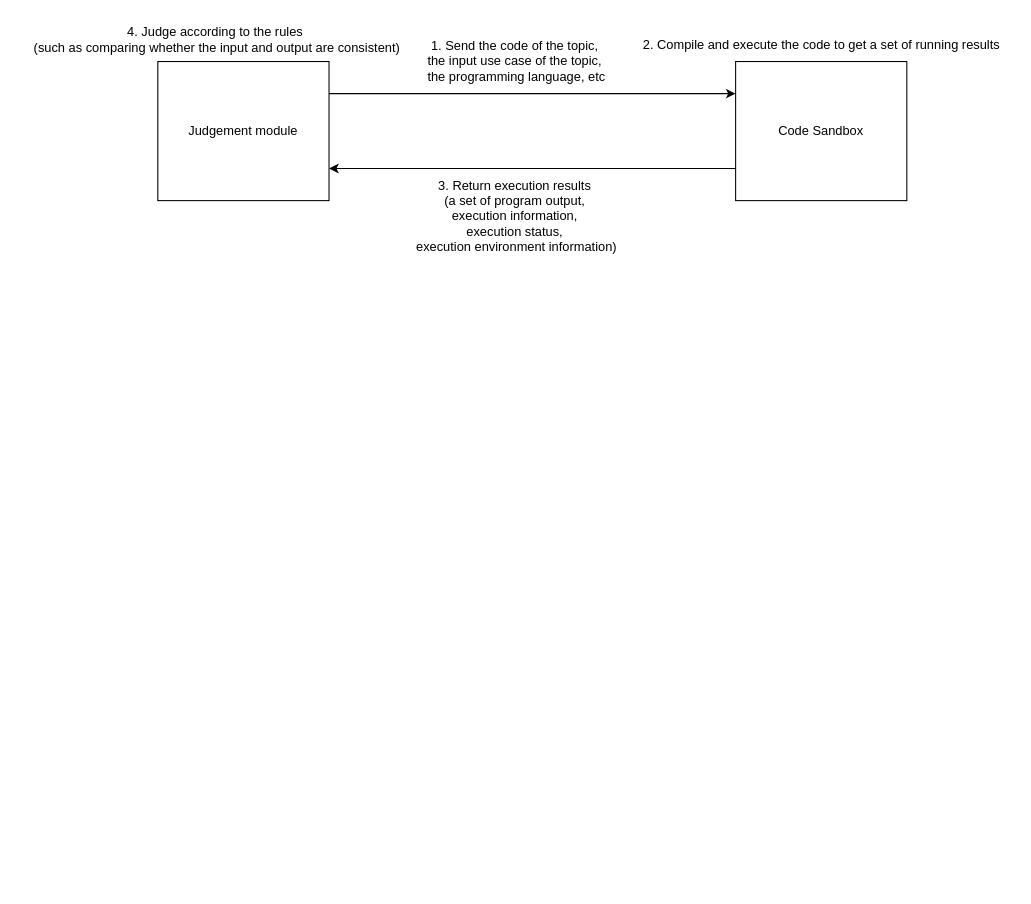
Above: abc.drawio in paasche0906/draw.io (draw.io), before the change. Source tidied: cells renumbered, new cells numbered last; positions are measured from the earlier drawing's top-left corner, leaving out a move shared by most shapes. Both pictures are drawn from the tidied source at 107%, with x=0, y=0 at pixel (18, 18).
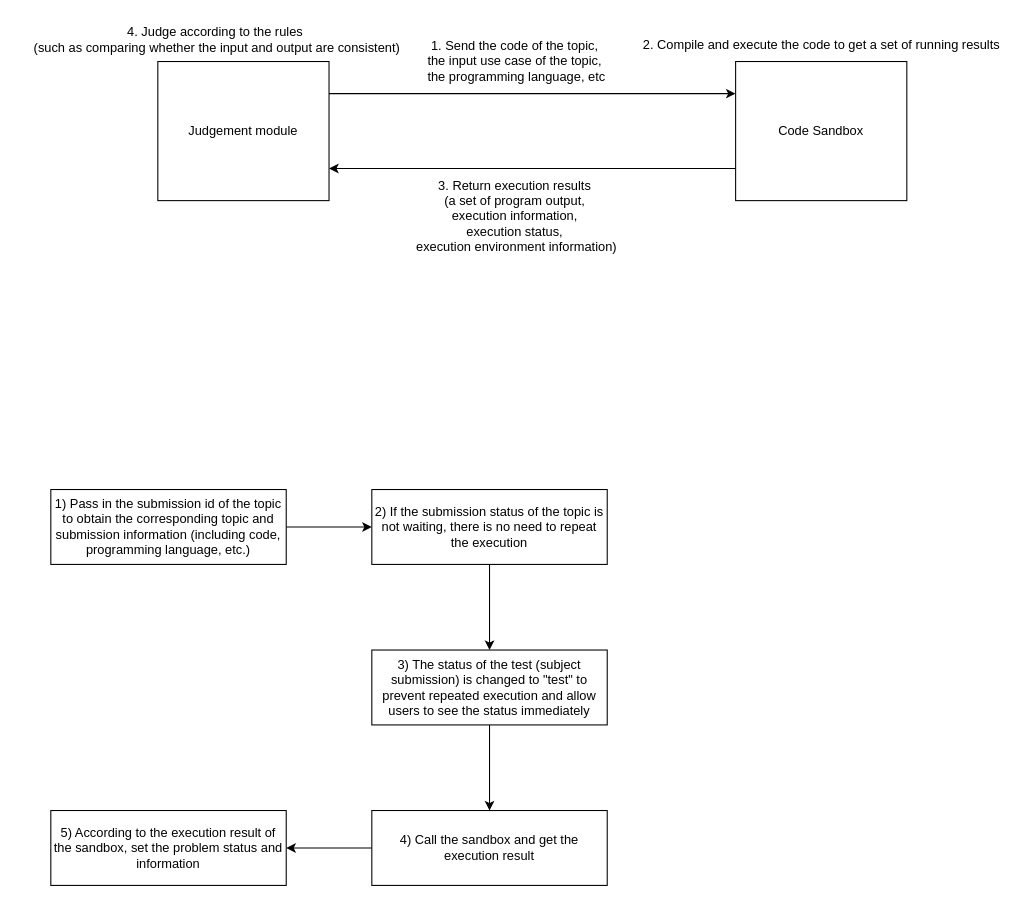
After the change.

The edit, as a diff of the source:
```diff
@@
+    <mxCell id="10" style="edgeStyle=orthogonalEdgeStyle;rounded=0;jettySize=auto;html=1;" parent="1" edge="1" source="11" target="13">
+      <mxGeometry relative="1" as="geometry" />
+    </mxCell>
+    <mxCell id="11" value="1) Pass in the submission id of the topic to obtain the corresponding topic and submission information (including code, programming language, etc.)" style="rounded=0;whiteSpace=wrap;html=1;" parent="1" vertex="1">
+      <mxGeometry x="30" y="440" width="220" height="70" as="geometry" />
+    </mxCell>
+    <mxCell id="12" style="edgeStyle=orthogonalEdgeStyle;rounded=0;jettySize=auto;html=1;" parent="1" edge="1" source="13" target="15">
+      <mxGeometry relative="1" as="geometry" />
+    </mxCell>
+    <mxCell id="13" value="2) If the submission status of the topic is not waiting, there is no need to repeat the execution" style="rounded=0;whiteSpace=wrap;html=1;" parent="1" vertex="1">
+      <mxGeometry x="330" y="440" width="220" height="70" as="geometry" />
+    </mxCell>
+    <mxCell id="14" style="edgeStyle=orthogonalEdgeStyle;rounded=0;jettySize=auto;html=1;" parent="1" edge="1" source="15" target="17">
+      <mxGeometry relative="1" as="geometry" />
+    </mxCell>
+    <mxCell id="15" value="3) The status of the test (subject submission) is changed to &quot;test&quot; to prevent repeated execution and allow users to see the status immediately" style="rounded=0;whiteSpace=wrap;html=1;" parent="1" vertex="1">
+      <mxGeometry x="330" y="590" width="220" height="70" as="geometry" />
+    </mxCell>
+    <mxCell id="16" style="edgeStyle=orthogonalEdgeStyle;rounded=0;jettySize=auto;html=1;" parent="1" edge="1" source="17" target="18">
+      <mxGeometry relative="1" as="geometry" />
+    </mxCell>
+    <mxCell id="17" value="4) Call the sandbox and get the execution result" style="rounded=0;whiteSpace=wrap;html=1;" parent="1" vertex="1">
+      <mxGeometry x="330" y="740" width="220" height="70" as="geometry" />
+    </mxCell>
+    <mxCell id="18" value="5) According to the execution result of the sandbox, set the problem status and information" style="rounded=0;whiteSpace=wrap;html=1;" parent="1" vertex="1">
+      <mxGeometry x="30" y="740" width="220" height="70" as="geometry" />
+    </mxCell>
```
